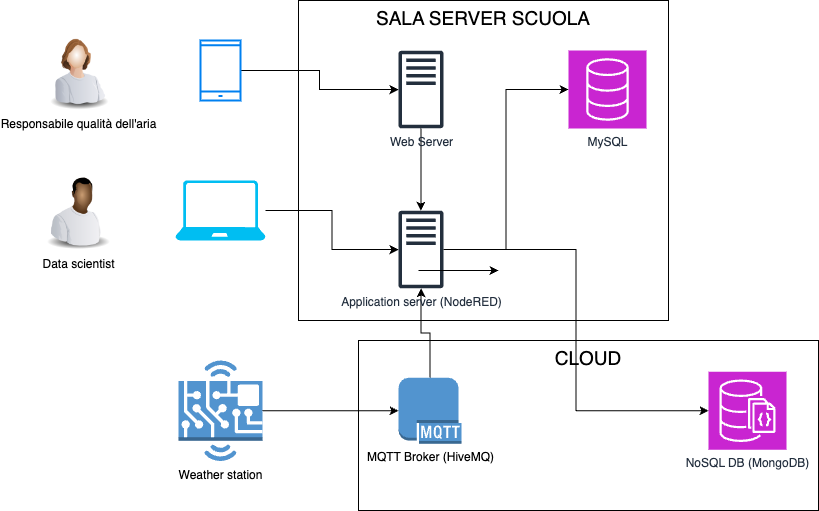
The draw.io diagram src/img/arch.drawio.png in wbigger/book-5y-tpsi-weather-station, before a commit. Source tidied: cells renumbered, new cells last; positions are measured from the earlier drawing's top-left corner, leaving out a move shared by most shapes.
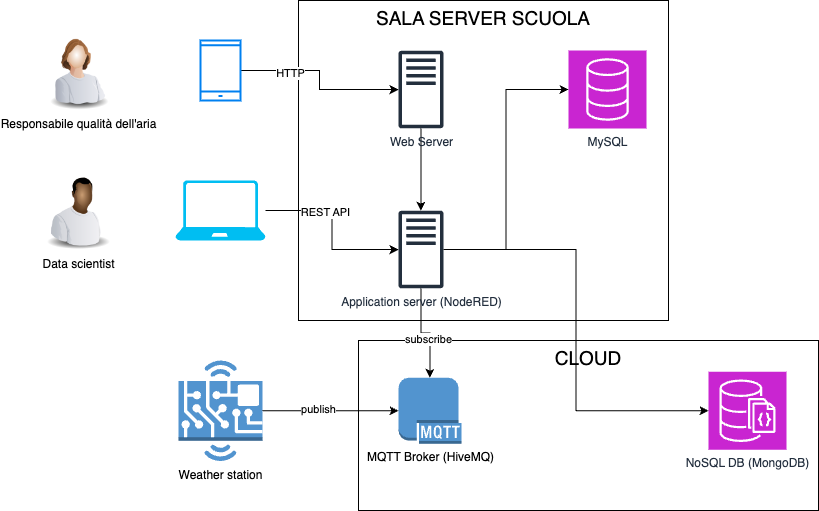
After the commit.

Diff of the diagram source:
```diff
@@ -23,9 +23,14 @@
     <mxCell id="8" value="NoSQL DB (MongoDB)" style="sketch=0;points=[[0,0,0],[0.25,0,0],[0.5,0,0],[0.75,0,0],[1,0,0],[0,1,0],[0.25,1,0],[0.5,1,0],[0.75,1,0],[1,1,0],[0,0.25,0],[0,0.5,0],[0,0.75,0],[1,0.25,0],[1,0.5,0],[1,0.75,0]];outlineConnect=0;fontColor=#232F3E;fillColor=#C925D1;strokeColor=#ffffff;dashed=0;verticalLabelPosition=bottom;verticalAlign=top;align=center;html=1;fontSize=12;fontStyle=0;shape=mxgraph.aws4.resourceIcon;resIcon=mxgraph.aws4.documentdb_with_mongodb_compatibility;" parent="1" vertex="1">
       <mxGeometry x="670" y="371.2" width="78" height="78" as="geometry" />
     </mxCell>
-    <mxCell id="9" style="edgeStyle=orthogonalEdgeStyle;rounded=0;jettySize=auto;html=1;" parent="1" edge="1" source="10" target="13">
+    <mxCell id="9" style="edgeStyle=orthogonalEdgeStyle;rounded=0;jettySize=auto;html=1;startArrow=classic;startFill=1;endArrow=none;endFill=0;" parent="1" edge="1" source="10" target="13">
       <mxGeometry relative="1" as="geometry" />
     </mxCell>
+    <mxCell id="22" value="subscribe" style="edgeLabel;html=1;align=center;verticalAlign=middle;" parent="9" vertex="1">
+      <mxGeometry x="-0.2" y="3" relative="1" as="geometry">
+        <mxPoint x="1" as="offset" />
+      </mxGeometry>
+    </mxCell>
     <mxCell id="10" value="MQTT Broker (HiveMQ)" style="outlineConnect=0;dashed=0;verticalLabelPosition=bottom;verticalAlign=top;align=center;html=1;shape=mxgraph.aws3.mqtt_protocol;fillColor=#5294CF;gradientColor=none;" parent="1" vertex="1">
       <mxGeometry x="360" y="377.2" width="63" height="66" as="geometry" />
     </mxCell>
@@ -41,29 +46,32 @@
     <mxCell id="14" style="edgeStyle=orthogonalEdgeStyle;rounded=0;jettySize=auto;html=1;" parent="1" edge="1" source="15" target="12">
       <mxGeometry relative="1" as="geometry" />
     </mxCell>
+    <mxCell id="23" value="HTTP" style="edgeLabel;html=1;align=center;verticalAlign=middle;" parent="14" vertex="1">
+      <mxGeometry x="-0.45" y="-2" relative="1" as="geometry" />
+    </mxCell>
     <mxCell id="15" style="html=1;verticalLabelPosition=bottom;align=center;labelBackgroundColor=#ffffff;verticalAlign=top;strokeWidth=2;strokeColor=#0080F0;shadow=0;dashed=0;shape=mxgraph.ios7.icons.smartphone;" parent="1" vertex="1">
       <mxGeometry x="162" y="40" width="40" height="60" as="geometry" />
     </mxCell>
     <mxCell id="16" style="edgeStyle=orthogonalEdgeStyle;rounded=0;jettySize=auto;html=1;" parent="1" edge="1" source="17" target="13">
       <mxGeometry relative="1" as="geometry" />
     </mxCell>
+    <mxCell id="24" value="REST API" style="edgeLabel;html=1;align=center;verticalAlign=middle;" parent="16" vertex="1">
+      <mxGeometry x="-0.31" y="-1" relative="1" as="geometry" />
+    </mxCell>
     <mxCell id="17" style="verticalLabelPosition=bottom;html=1;verticalAlign=top;align=center;strokeColor=none;fillColor=#00BEF2;shape=mxgraph.azure.laptop;" parent="1" vertex="1">
       <mxGeometry x="137" y="180" width="90" height="60" as="geometry" />
     </mxCell>
     <mxCell id="18" style="edgeStyle=orthogonalEdgeStyle;rounded=0;jettySize=auto;html=1;entryX=0;entryY=0.5;entryDx=0;entryDy=0;entryPerimeter=0;" parent="1" edge="1" source="6" target="10">
       <mxGeometry relative="1" as="geometry" />
     </mxCell>
+    <mxCell id="25" value="publish" style="edgeLabel;html=1;align=center;verticalAlign=middle;" parent="18" vertex="1">
+      <mxGeometry x="-0.19" y="2" relative="1" as="geometry" />
+    </mxCell>
     <mxCell id="19" style="edgeStyle=orthogonalEdgeStyle;rounded=0;jettySize=auto;html=1;entryX=0;entryY=0.5;entryDx=0;entryDy=0;entryPerimeter=0;" parent="1" edge="1" source="13" target="7">
       <mxGeometry relative="1" as="geometry" />
     </mxCell>
     <mxCell id="20" style="edgeStyle=orthogonalEdgeStyle;rounded=0;jettySize=auto;html=1;entryX=0;entryY=0.5;entryDx=0;entryDy=0;entryPerimeter=0;" parent="1" edge="1" source="13" target="8">
       <mxGeometry relative="1" as="geometry" />
     </mxCell>
-    <mxCell id="21" style="edgeStyle=none;orthogonalLoop=1;jettySize=auto;html=1;rounded=0;" parent="1" edge="1">
-      <mxGeometry relative="1" as="geometry">
-        <mxPoint x="380" y="270" as="sourcePoint" />
-        <mxPoint x="460" y="270" as="targetPoint" />
-      </mxGeometry>
-    </mxCell>
   </root>
 </mxGraphModel>
```
